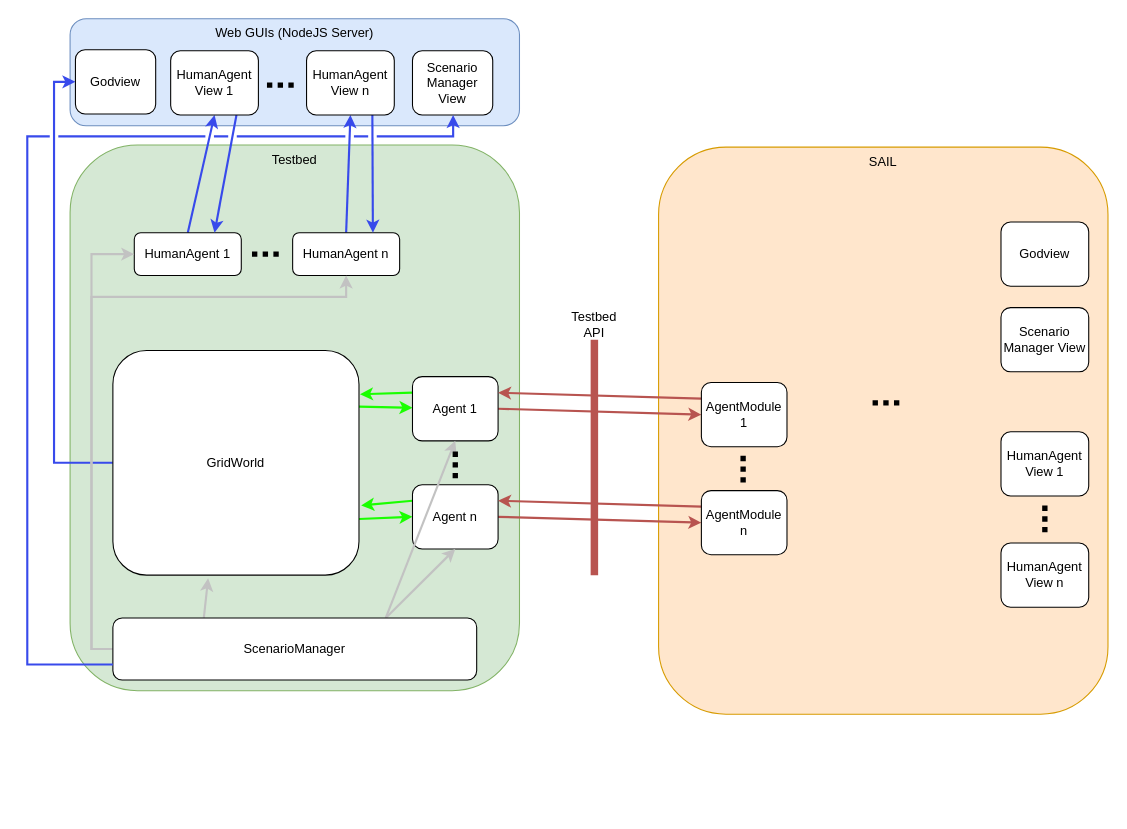
matrx-software/matrx keeps this draw.io diagram as docs/figures/schema.drawio. Above is the earlier version. Source tidied: cells renumbered, new cells numbered last; positions are measured from the earlier drawing's top-left corner, leaving out a move shared by most shapes. Both pictures are drawn from the tidied source at 107%, with x=0, y=0 at pixel (27, 18).
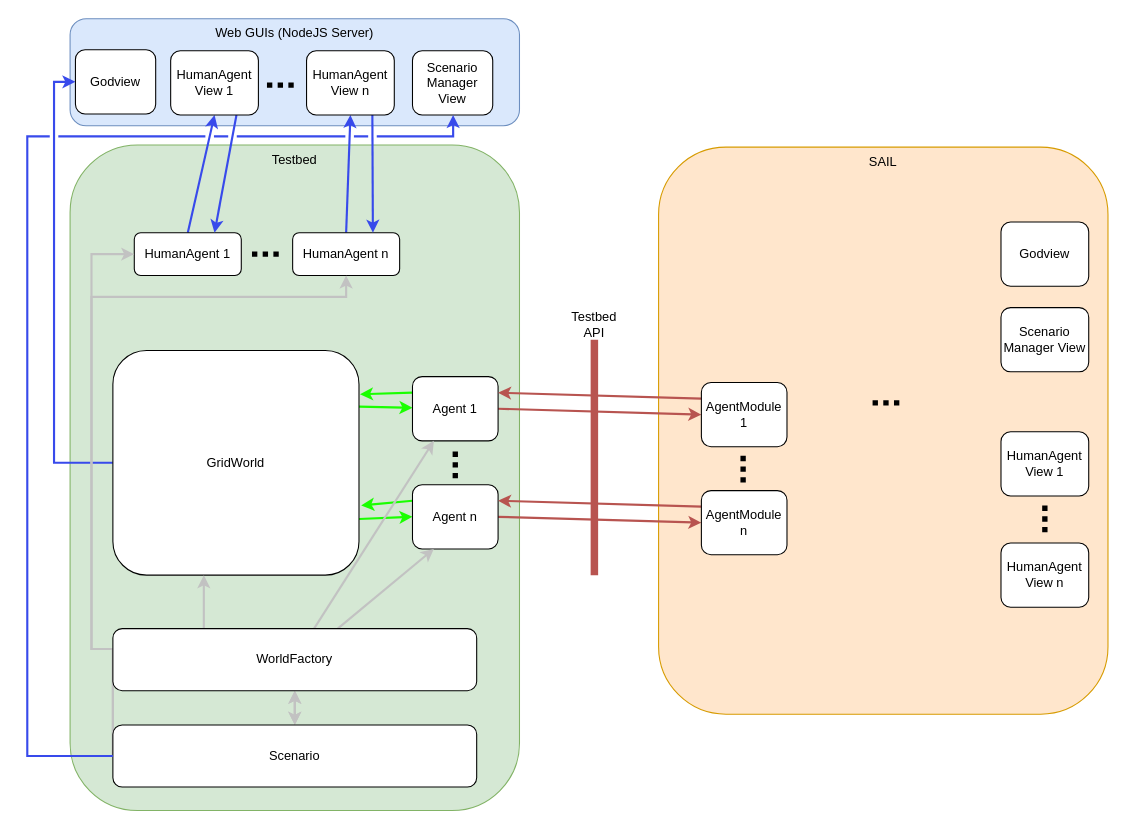
After the change.

Commit message (it also covers changes not shown here):
Updated wiki figures

Unchanged cells that the change refers to:
```xml
<mxCell id="8" value="GridWorld" style="rounded=1;whiteSpace=wrap;html=1;" parent="1" vertex="1">
  <mxGeometry x="80" y="310" width="230" height="210" as="geometry" />
</mxCell>
<mxCell id="11" value="Agent 1" style="rounded=1;whiteSpace=wrap;html=1;" parent="1" vertex="1">
  <mxGeometry x="360" y="334.5" width="80" height="60" as="geometry" />
</mxCell>
<mxCell id="14" value="Agent n" style="rounded=1;whiteSpace=wrap;html=1;" parent="1" vertex="1">
  <mxGeometry x="360" y="435.5" width="80" height="60" as="geometry" />
</mxCell>
<mxCell id="37" value="Scenario Manager View" style="rounded=1;whiteSpace=wrap;html=1;" parent="1" vertex="1">
  <mxGeometry x="360" y="30" width="75" height="60" as="geometry" />
</mxCell>
```

The edit, as a diff of the source:
```diff
@@
     <mxCell id="4" value="Testbed" style="rounded=1;whiteSpace=wrap;html=1;verticalAlign=top;fillColor=#d5e8d4;strokeColor=#82b366;" parent="1" vertex="1">
-      <mxGeometry x="40" y="118" width="420" height="510" as="geometry" />
+      <mxGeometry x="40" y="118" width="420" height="622" as="geometry" />
     </mxCell>
@@
-    <mxCell id="19" style="edgeStyle=none;rounded=0;jettySize=auto;html=1;exitX=0.25;exitY=0;exitDx=0;exitDy=0;entryX=0.387;entryY=1.014;entryDx=0;entryDy=0;strokeWidth=2;entryPerimeter=0;strokeColor=#C2C2C2;" parent="1" edge="1" source="24" target="8">
-      <mxGeometry relative="1" as="geometry" />
+    <mxCell id="19" style="edgeStyle=none;rounded=0;jettySize=auto;html=1;strokeWidth=2;strokeColor=#C2C2C2;exitX=0.25;exitY=0;exitDx=0;exitDy=0;" parent="1" edge="1" source="50">
+      <mxGeometry relative="1" as="geometry">
+        <mxPoint x="165" y="520" as="targetPoint" />
+      </mxGeometry>
     </mxCell>
-    <mxCell id="20" style="edgeStyle=none;rounded=0;jettySize=auto;html=1;exitX=0.75;exitY=0;exitDx=0;exitDy=0;entryX=0.5;entryY=1;entryDx=0;entryDy=0;strokeWidth=2;strokeColor=#C2C2C2;" parent="1" edge="1" source="24" target="14">
+    <mxCell id="20" style="edgeStyle=none;rounded=0;jettySize=auto;html=1;entryX=0.25;entryY=1;entryDx=0;entryDy=0;strokeWidth=2;strokeColor=#C2C2C2;exitX=0.618;exitY=0;exitDx=0;exitDy=0;exitPerimeter=0;" parent="1" edge="1" source="50" target="14">
       <mxGeometry relative="1" as="geometry" />
     </mxCell>
-    <mxCell id="21" style="edgeStyle=none;rounded=0;jettySize=auto;html=1;exitX=0.75;exitY=0;exitDx=0;exitDy=0;entryX=0.5;entryY=1;entryDx=0;entryDy=0;strokeWidth=2;strokeColor=#C2C2C2;" parent="1" edge="1" source="24" target="11">
+    <mxCell id="21" style="edgeStyle=none;rounded=0;jettySize=auto;html=1;entryX=0.25;entryY=1;entryDx=0;entryDy=0;strokeWidth=2;strokeColor=#C2C2C2;exitX=0.553;exitY=0;exitDx=0;exitDy=0;exitPerimeter=0;" parent="1" edge="1" source="50" target="11">
       <mxGeometry relative="1" as="geometry" />
     </mxCell>
@@
+    <mxCell id="48" style="edgeStyle=orthogonalEdgeStyle;rounded=0;jettySize=auto;html=1;exitX=0.5;exitY=0;exitDx=0;exitDy=0;entryX=0.5;entryY=1;entryDx=0;entryDy=0;strokeColor=#C2C2C2;strokeWidth=2;startArrow=classic;startFill=1;" parent="1" edge="1" source="24" target="50">
+      <mxGeometry relative="1" as="geometry" />
+    </mxCell>
+    <mxCell id="49" style="edgeStyle=orthogonalEdgeStyle;rounded=0;jettySize=auto;html=1;strokeColor=#C2C2C2;strokeWidth=2;startArrow=classic;startFill=1;" parent="1" edge="1" source="24" target="50">
+      <mxGeometry relative="1" as="geometry" />
+    </mxCell>
-    <mxCell id="24" value="ScenarioManager" style="rounded=1;whiteSpace=wrap;html=1;" parent="1" vertex="1">
-      <mxGeometry x="80" y="560" width="340" height="58" as="geometry" />
+    <mxCell id="24" value="Scenario" style="rounded=1;whiteSpace=wrap;html=1;" parent="1" vertex="1">
+      <mxGeometry x="80" y="660" width="340" height="58" as="geometry" />
     </mxCell>
@@
-    <mxCell id="38" style="edgeStyle=orthogonalEdgeStyle;rounded=0;jettySize=auto;html=1;exitX=0;exitY=0.75;exitDx=0;exitDy=0;strokeWidth=2;jumpStyle=gap;fillColor=#dae8fc;strokeColor=#384AEB;" parent="1" edge="1" source="24" target="37">
+    <mxCell id="38" style="edgeStyle=orthogonalEdgeStyle;rounded=0;jettySize=auto;html=1;strokeWidth=2;jumpStyle=gap;fillColor=#dae8fc;strokeColor=#384AEB;" parent="1" edge="1" target="37">
       <mxGeometry relative="1" as="geometry">
+        <mxPoint x="80" y="689" as="sourcePoint" />
         <Array as="points">
-          <mxPoint y="604" />
+          <mxPoint x="80" y="689" />
+          <mxPoint y="689" />
           <mxPoint y="110" />
           <mxPoint x="398" y="110" />
         </Array>
       </mxGeometry>
     </mxCell>
@@
+    <mxCell id="50" value="WorldFactory" style="rounded=1;whiteSpace=wrap;html=1;" parent="1" vertex="1">
+      <mxGeometry x="80" y="570" width="340" height="58" as="geometry" />
+    </mxCell>
```
